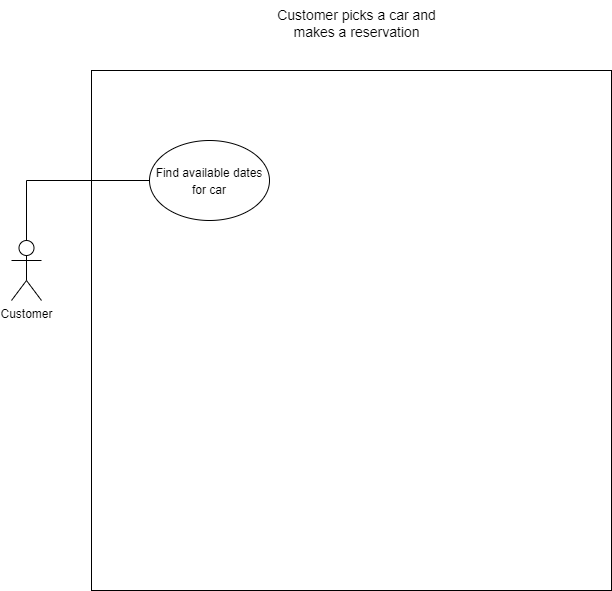
Before: docs/useCases/figs/UseCase1.png, a diagram exported from draw.io (CS3450-Group9/Dans-AutoBarn). Source tidied: cells renumbered, new cells last; positions are measured from the earlier drawing's top-left corner, leaving out a move shared by most shapes.
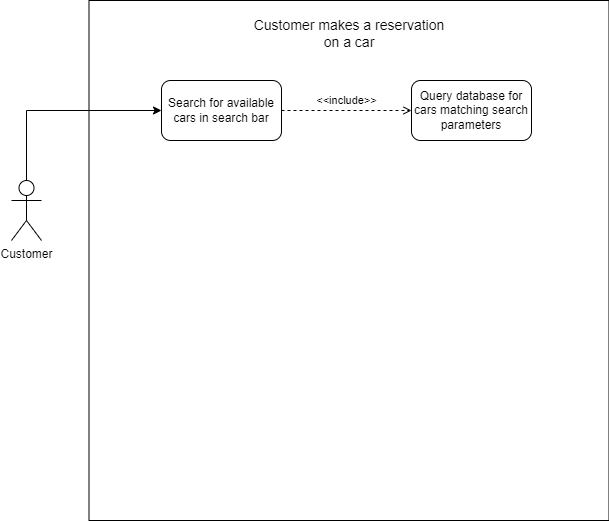
The same diagram one commit later.

What changed in the source:
```diff
@@ -2,20 +2,26 @@
   <root>
     <mxCell id="0" />
     <mxCell id="1" parent="0" />
-    <mxCell id="2" value="&lt;font style=&quot;font-size: 14px;&quot;&gt;Customer picks a car and makes a reservation&lt;/font&gt;" style="text;whiteSpace=wrap;html=1;align=center;" parent="1" vertex="1">
-      <mxGeometry x="258" width="175" height="30" as="geometry" />
-    </mxCell>
     <mxCell id="3" value="Customer" style="shape=umlActor;verticalLabelPosition=bottom;verticalAlign=top;html=1;outlineConnect=0;" parent="1" vertex="1">
       <mxGeometry y="240" width="30" height="60" as="geometry" />
     </mxCell>
     <mxCell id="4" style="whiteSpace=wrap;html=1;fontSize=14;" parent="1" vertex="1">
-      <mxGeometry x="80" y="70" width="520" height="520" as="geometry" />
+      <mxGeometry x="77.5" y="60" width="520" height="520" as="geometry" />
     </mxCell>
-    <mxCell id="5" value="&lt;span style=&quot;font-size: 12px;&quot;&gt;Find available dates for car&lt;/span&gt;" style="ellipse;whiteSpace=wrap;html=1;fontSize=14;" parent="1" vertex="1">
-      <mxGeometry x="138" y="140" width="120" height="80" as="geometry" />
-    </mxCell>
-    <mxCell id="6" style="edgeStyle=orthogonalEdgeStyle;rounded=0;jettySize=auto;html=1;exitX=0.5;exitY=0;exitDx=0;exitDy=0;exitPerimeter=0;entryX=0;entryY=0.5;entryDx=0;entryDy=0;fontSize=14;endArrow=none;endFill=0;" parent="1" edge="1" source="3" target="5">
-      <mxGeometry relative="1" as="geometry" />
-    </mxCell>
+    <mxCell id="7" value="&amp;lt;&amp;lt;include&amp;gt;&amp;gt;" style="edgeStyle=orthogonalEdgeStyle;rounded=0;jettySize=auto;html=1;exitX=1;exitY=0.5;exitDx=0;exitDy=0;entryX=0;entryY=0.5;entryDx=0;entryDy=0;endArrow=open;endFill=0;dashed=1;" parent="1" edge="1" source="8" target="10">
+      <mxGeometry y="10" relative="1" as="geometry" />
+    </mxCell>
+    <mxCell id="8" value="Search for available cars in search bar" style="rounded=1;whiteSpace=wrap;html=1;" parent="1" vertex="1">
+      <mxGeometry x="150" y="140" width="120" height="60" as="geometry" />
+    </mxCell>
+    <mxCell id="9" style="edgeStyle=orthogonalEdgeStyle;rounded=0;jettySize=auto;html=1;exitX=0.5;exitY=0;exitDx=0;exitDy=0;exitPerimeter=0;entryX=0;entryY=0.5;entryDx=0;entryDy=0;" parent="1" edge="1" source="3" target="8">
+      <mxGeometry relative="1" as="geometry" />
+    </mxCell>
+    <mxCell id="10" value="Query database for cars matching search parameters" style="rounded=1;whiteSpace=wrap;html=1;" parent="1" vertex="1">
+      <mxGeometry x="400" y="140" width="120" height="60" as="geometry" />
+    </mxCell>
+    <mxCell id="2" value="&lt;font style=&quot;font-size: 14px;&quot;&gt;Customer makes a reservation on a car&lt;/font&gt;" style="text;whiteSpace=wrap;html=1;align=center;" parent="1" vertex="1">
+      <mxGeometry x="237.5" y="70" width="200" height="40" as="geometry" />
+    </mxCell>
   </root>
 </mxGraphModel>
```
